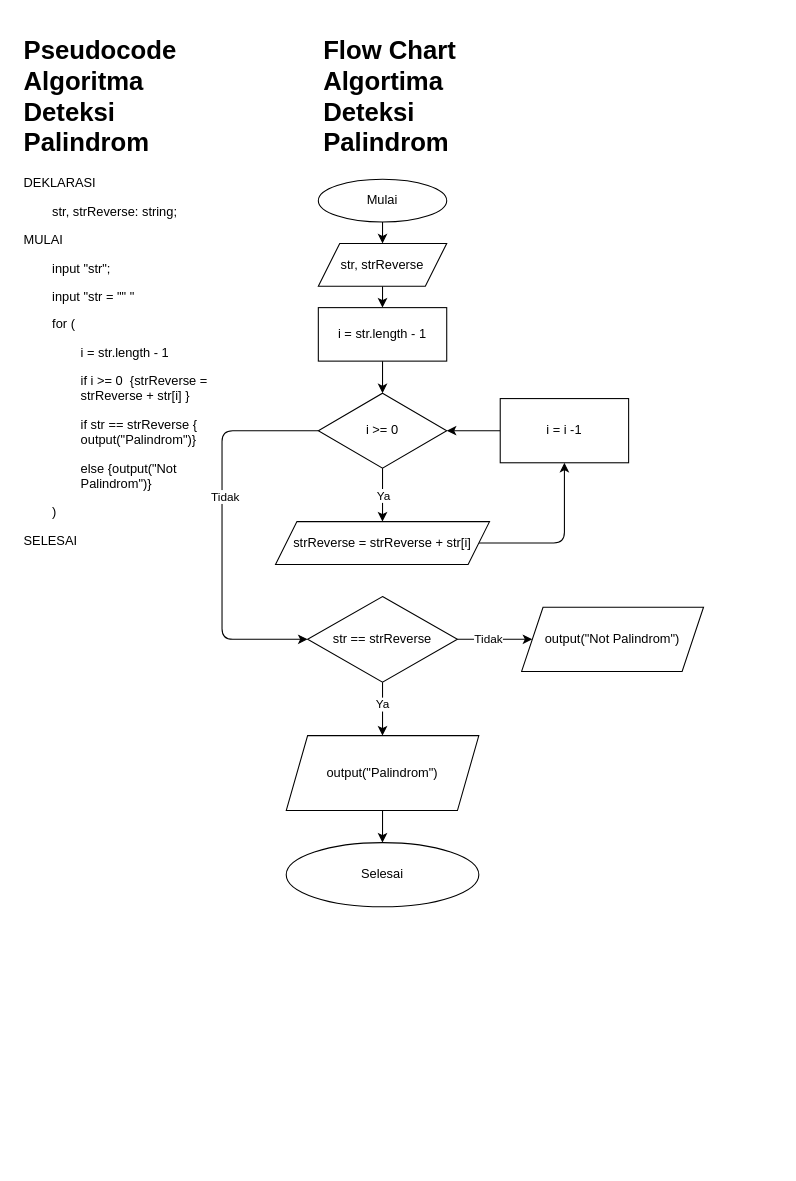
DzulfiqarSiraj/fwg17-computer-science keeps this draw.io diagram as page "Palindrom" (1 of 2) of tugas 6.drawio. Above is the earlier version. Source tidied: cells renumbered, new cells numbered last; positions are measured from the earlier drawing's top-left corner, leaving out a move shared by most shapes. Both pictures are drawn from the tidied source at 107%, with x=0, y=0 at pixel (18, 29).
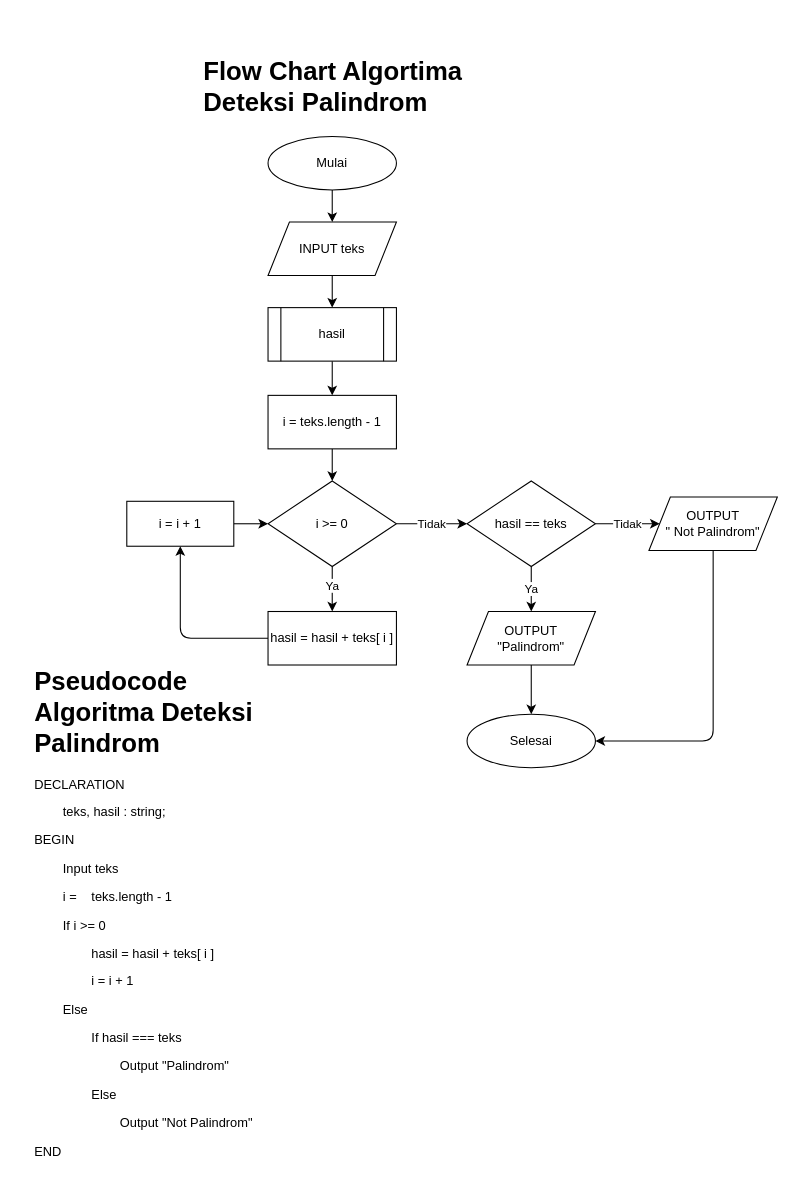
The same page after the edit.

Diff of the diagram source:
```diff
@@
-    <mxCell id="2" value="&lt;h1&gt;Pseudocode Algoritma Deteksi Palindrom&lt;/h1&gt;&lt;p&gt;DEKLARASI&lt;/p&gt;&lt;p&gt;&lt;span style=&quot;white-space: pre;&quot;&gt;&#9;&lt;/span&gt;str, strReverse: string;&lt;br&gt;&lt;/p&gt;&lt;p&gt;MULAI&lt;/p&gt;&lt;p&gt;&lt;span style=&quot;white-space: pre;&quot;&gt;&#9;&lt;/span&gt;input &quot;str&quot;;&lt;/p&gt;&lt;p&gt;&lt;span style=&quot;white-space: pre;&quot;&gt;&#9;&lt;/span&gt;input &quot;str = &quot;&quot; &quot;&lt;br&gt;&lt;/p&gt;&lt;p&gt;&lt;span style=&quot;white-space: pre;&quot;&gt;&#9;&lt;/span&gt;for (&lt;br&gt;&lt;/p&gt;&lt;p&gt;&lt;span style=&quot;white-space: pre;&quot;&gt;&lt;span style=&quot;white-space: pre;&quot;&gt;&#9;&lt;/span&gt;&#9;&lt;/span&gt;i = str.length - 1&lt;/p&gt;&lt;p&gt;&lt;span style=&quot;white-space: pre;&quot;&gt;&#9;&lt;span style=&quot;white-space: pre;&quot;&gt;&#9;&lt;/span&gt;&lt;/span&gt;if i &amp;gt;= 0&amp;nbsp; {&lt;span style=&quot;background-color: initial;&quot;&gt;strReverse = &lt;span style=&quot;white-space: pre;&quot;&gt;&#9;&lt;/span&gt;&lt;span style=&quot;white-space: pre;&quot;&gt;&#9;&lt;/span&gt;strReverse + str[i]&lt;/span&gt;&lt;span style=&quot;background-color: initial;&quot;&gt;&amp;nbsp;}&lt;/span&gt;&lt;/p&gt;&lt;p&gt;&lt;span style=&quot;white-space: pre;&quot;&gt;&#9;&lt;span style=&quot;white-space: pre;&quot;&gt;&#9;&lt;/span&gt;&lt;/span&gt;if str == strReverse { &lt;span style=&quot;white-space: pre;&quot;&gt;&#9;&lt;/span&gt;&lt;span style=&quot;white-space: pre;&quot;&gt;&#9;&lt;/span&gt;output(&quot;Palindrom&quot;)}&lt;/p&gt;&lt;p&gt;&lt;span style=&quot;white-space: pre;&quot;&gt;&lt;span style=&quot;white-space: pre;&quot;&gt;&#9;&lt;/span&gt;&#9;&lt;/span&gt;else {output(&quot;Not &lt;span style=&quot;white-space: pre;&quot;&gt;&#9;&lt;span style=&quot;white-space: pre;&quot;&gt;&#9;&lt;/span&gt;&lt;/span&gt;Palindrom&quot;)}&lt;/p&gt;&lt;p&gt;&lt;span style=&quot;white-space: pre;&quot;&gt;&#9;&lt;/span&gt;)&lt;br&gt;&lt;/p&gt;&lt;p&gt;SELESAI&lt;/p&gt;&lt;p&gt;&lt;span style=&quot;white-space: pre;&quot;&gt;&#9;&lt;/span&gt;&lt;br&gt;&lt;/p&gt;" style="text;html=1;strokeColor=none;fillColor=none;spacing=5;spacingTop=-20;whiteSpace=wrap;overflow=hidden;rounded=0;" parent="1" vertex="1">
-      <mxGeometry width="190" height="530" as="geometry" />
+    <mxCell id="2" value="&lt;h1&gt;Pseudocode Algoritma Deteksi Palindrom&lt;/h1&gt;&lt;p&gt;DECLARATION&lt;/p&gt;&lt;p&gt;&lt;span style=&quot;background-color: initial; white-space: pre;&quot;&gt;&lt;span style=&quot;white-space: pre;&quot;&gt;&#9;&lt;/span&gt;teks, hasil : string;&lt;/span&gt;&lt;/p&gt;&lt;p&gt;&lt;span style=&quot;background-color: initial; white-space: pre;&quot;&gt;BEGIN&lt;/span&gt;&lt;/p&gt;&lt;p&gt;&lt;span style=&quot;background-color: initial; white-space: pre;&quot;&gt;&lt;span style=&quot;white-space: pre;&quot;&gt;&#9;&lt;/span&gt;Input teks&lt;/span&gt;&lt;/p&gt;&lt;p&gt;&lt;span style=&quot;background-color: initial; white-space: pre;&quot;&gt;&lt;span style=&quot;white-space: pre;&quot;&gt;&lt;span style=&quot;white-space: pre;&quot;&gt;&#9;&lt;/span&gt;i = &#9;teks.length - 1&lt;/span&gt;&lt;br&gt;&lt;/span&gt;&lt;/p&gt;&lt;p&gt;&lt;span style=&quot;background-color: initial; white-space: pre;&quot;&gt;&lt;span style=&quot;white-space: pre;&quot;&gt;&lt;span style=&quot;white-space: pre;&quot;&gt;&#9;&lt;/span&gt;If i &amp;gt;= 0&lt;br&gt;&lt;/span&gt;&lt;/span&gt;&lt;/p&gt;&lt;p&gt;&lt;span style=&quot;background-color: initial; white-space: pre;&quot;&gt;&lt;span style=&quot;white-space: pre;&quot;&gt;&lt;span style=&quot;white-space: pre;&quot;&gt;&#9;&lt;/span&gt;&lt;span style=&quot;white-space: pre;&quot;&gt;&#9;&lt;/span&gt;hasil = hasil + teks[ i ]&lt;br&gt;&lt;/span&gt;&lt;/span&gt;&lt;/p&gt;&lt;p&gt;&lt;span style=&quot;background-color: initial; white-space: pre;&quot;&gt;&lt;span style=&quot;white-space: pre;&quot;&gt;&lt;span style=&quot;white-space: pre;&quot;&gt;&#9;&lt;/span&gt;&lt;span style=&quot;white-space: pre;&quot;&gt;&#9;&lt;/span&gt;i = i + 1&lt;br&gt;&lt;/span&gt;&lt;/span&gt;&lt;/p&gt;&lt;p&gt;&lt;span style=&quot;background-color: initial; white-space: pre;&quot;&gt;&lt;span style=&quot;white-space: pre;&quot;&gt;&lt;span style=&quot;white-space: pre;&quot;&gt;&#9;&lt;/span&gt;Else&lt;br&gt;&lt;/span&gt;&lt;/span&gt;&lt;/p&gt;&lt;p&gt;&lt;span style=&quot;background-color: initial; white-space: pre;&quot;&gt;&lt;span style=&quot;white-space: pre;&quot;&gt;&lt;span style=&quot;white-space: pre;&quot;&gt;&#9;&lt;/span&gt;&lt;span style=&quot;white-space: pre;&quot;&gt;&#9;&lt;/span&gt;If hasil === teks&lt;br&gt;&lt;/span&gt;&lt;/span&gt;&lt;/p&gt;&lt;p&gt;&lt;span style=&quot;background-color: initial; white-space: pre;&quot;&gt;&lt;span style=&quot;white-space: pre;&quot;&gt;&lt;span style=&quot;white-space: pre;&quot;&gt;&#9;&lt;/span&gt;&lt;span style=&quot;white-space: pre;&quot;&gt;&#9;&lt;span style=&quot;white-space: pre;&quot;&gt;&#9;&lt;/span&gt;&lt;/span&gt;Output &quot;Palindrom&quot;&lt;br&gt;&lt;/span&gt;&lt;/span&gt;&lt;/p&gt;&lt;p&gt;&lt;span style=&quot;background-color: initial; white-space: pre;&quot;&gt;&lt;span style=&quot;white-space: pre;&quot;&gt;&lt;span style=&quot;white-space: pre;&quot;&gt;&#9;&lt;/span&gt;&lt;span style=&quot;white-space: pre;&quot;&gt;&#9;&lt;/span&gt;Else&lt;br&gt;&lt;/span&gt;&lt;/span&gt;&lt;/p&gt;&lt;p&gt;&lt;span style=&quot;background-color: initial; white-space: pre;&quot;&gt;&lt;span style=&quot;white-space: pre;&quot;&gt;&lt;span style=&quot;white-space: pre;&quot;&gt;&#9;&lt;/span&gt;&lt;span style=&quot;white-space: pre;&quot;&gt;&#9;&lt;span style=&quot;white-space: pre;&quot;&gt;&#9;&lt;/span&gt;&lt;/span&gt;Output &quot;Not Palindrom&quot;&lt;br&gt;&lt;/span&gt;&lt;/span&gt;&lt;/p&gt;&lt;p&gt;&lt;span style=&quot;background-color: initial; white-space: pre;&quot;&gt;&lt;span style=&quot;white-space: pre;&quot;&gt;END&lt;/span&gt;&lt;/span&gt;&lt;/p&gt;&lt;p&gt;&lt;span style=&quot;background-color: initial; white-space: pre;&quot;&gt;&lt;span style=&quot;white-space: pre;&quot;&gt;&lt;br&gt;&lt;/span&gt;&lt;/span&gt;&lt;/p&gt;" style="text;html=1;strokeColor=none;fillColor=none;spacing=5;spacingTop=-20;whiteSpace=wrap;overflow=hidden;rounded=0;" parent="1" vertex="1">
+      <mxGeometry x="10" y="590" width="250" height="470" as="geometry" />
     </mxCell>
     <mxCell id="3" value="&lt;h1&gt;Flow Chart Algortima Deteksi Palindrom&lt;/h1&gt;" style="text;html=1;strokeColor=none;fillColor=none;spacing=5;spacingTop=-20;whiteSpace=wrap;overflow=hidden;rounded=0;" parent="1" vertex="1">
-      <mxGeometry x="280" width="190" height="120" as="geometry" />
+      <mxGeometry x="168" y="20" width="250" height="120" as="geometry" />
     </mxCell>
-    <mxCell id="4" style="edgeStyle=none;html=1;" parent="1" edge="1" source="5" target="7">
-      <mxGeometry relative="1" as="geometry" />
-    </mxCell>
+    <mxCell id="28" style="edgeStyle=none;html=1;exitX=0.5;exitY=1;exitDx=0;exitDy=0;entryX=0.5;entryY=0;entryDx=0;entryDy=0;" parent="1" edge="1" source="5" target="30">
+      <mxGeometry relative="1" as="geometry" />
+    </mxCell>
     <mxCell id="5" value="Mulai" style="ellipse;whiteSpace=wrap;html=1;" parent="1" vertex="1">
-      <mxGeometry x="280" y="140" width="120" height="40" as="geometry" />
+      <mxGeometry x="233" y="100" width="120" height="50" as="geometry" />
     </mxCell>
-    <mxCell id="6" style="edgeStyle=none;html=1;" parent="1" edge="1" source="7" target="9">
-      <mxGeometry relative="1" as="geometry" />
-    </mxCell>
-    <mxCell id="7" value="str, strReverse" style="shape=parallelogram;perimeter=parallelogramPerimeter;whiteSpace=wrap;html=1;fixedSize=1;" parent="1" vertex="1">
-      <mxGeometry x="280" y="200" width="120" height="40" as="geometry" />
-    </mxCell>
-    <mxCell id="8" style="edgeStyle=none;html=1;" parent="1" edge="1" source="9" target="12">
-      <mxGeometry relative="1" as="geometry" />
-    </mxCell>
-    <mxCell id="9" value="i = str.length - 1" style="whiteSpace=wrap;html=1;" parent="1" vertex="1">
-      <mxGeometry x="280" y="260" width="120" height="50" as="geometry" />
-    </mxCell>
-    <mxCell id="10" style="edgeStyle=orthogonalEdgeStyle;html=1;exitX=0;exitY=0.5;exitDx=0;exitDy=0;entryX=0;entryY=0.5;entryDx=0;entryDy=0;" parent="1" edge="1" source="12" target="23">
-      <mxGeometry relative="1" as="geometry">
-        <Array as="points">
-          <mxPoint x="190" y="375" />
-          <mxPoint x="190" y="570" />
-        </Array>
-      </mxGeometry>
-    </mxCell>
-    <mxCell id="11" value="Tidak" style="edgeLabel;html=1;align=center;verticalAlign=middle;" parent="10" vertex="1">
-      <mxGeometry x="-0.18" y="2" relative="1" as="geometry">
-        <mxPoint y="1" as="offset" />
-      </mxGeometry>
-    </mxCell>
+    <mxCell id="29" style="edgeStyle=none;html=1;exitX=0.5;exitY=1;exitDx=0;exitDy=0;" parent="1" edge="1" source="30">
+      <mxGeometry relative="1" as="geometry">
+        <mxPoint x="293" y="260" as="targetPoint" />
+      </mxGeometry>
+    </mxCell>
+    <mxCell id="30" value="INPUT teks" style="shape=parallelogram;perimeter=parallelogramPerimeter;whiteSpace=wrap;html=1;fixedSize=1;" parent="1" vertex="1">
+      <mxGeometry x="233" y="180" width="120" height="50" as="geometry" />
+    </mxCell>
+    <mxCell id="31" style="edgeStyle=none;html=1;exitX=0.5;exitY=1;exitDx=0;exitDy=0;entryX=0.5;entryY=0;entryDx=0;entryDy=0;" parent="1" edge="1" source="32" target="12">
+      <mxGeometry relative="1" as="geometry" />
+    </mxCell>
+    <mxCell id="32" value="i = teks.length - 1" style="rounded=0;whiteSpace=wrap;html=1;" parent="1" vertex="1">
+      <mxGeometry x="233" y="342" width="120" height="50" as="geometry" />
+    </mxCell>
+    <mxCell id="33" value="Ya" style="edgeStyle=none;html=1;exitX=0.5;exitY=1;exitDx=0;exitDy=0;entryX=0.5;entryY=0;entryDx=0;entryDy=0;" parent="1" edge="1" source="12" target="38">
+      <mxGeometry x="-0.14" relative="1" as="geometry" />
+    </mxCell>
+    <mxCell id="34" value="Tidak" style="edgeStyle=none;html=1;exitX=1;exitY=0.5;exitDx=0;exitDy=0;entryX=0;entryY=0.5;entryDx=0;entryDy=0;" parent="1" edge="1" source="12" target="43">
+      <mxGeometry relative="1" as="geometry" />
+    </mxCell>
     <mxCell id="12" value="i &amp;gt;= 0" style="rhombus;whiteSpace=wrap;html=1;" parent="1" vertex="1">
-      <mxGeometry x="280" y="340" width="120" height="70" as="geometry" />
+      <mxGeometry x="233" y="422" width="120" height="80" as="geometry" />
     </mxCell>
-    <mxCell id="13" style="edgeStyle=orthogonalEdgeStyle;html=1;exitX=1;exitY=0.5;exitDx=0;exitDy=0;entryX=0.5;entryY=1;entryDx=0;entryDy=0;" parent="1" edge="1" source="14" target="16">
-      <mxGeometry relative="1" as="geometry" />
-    </mxCell>
-    <mxCell id="14" value="strReverse = strReverse + str[i]" style="shape=parallelogram;perimeter=parallelogramPerimeter;whiteSpace=wrap;html=1;fixedSize=1;" parent="1" vertex="1">
-      <mxGeometry x="240" y="460" width="200" height="40" as="geometry" />
-    </mxCell>
-    <mxCell id="15" style="html=1;exitX=0;exitY=0.5;exitDx=0;exitDy=0;entryX=1;entryY=0.5;entryDx=0;entryDy=0;" parent="1" edge="1" source="16" target="12">
-      <mxGeometry relative="1" as="geometry" />
-    </mxCell>
-    <mxCell id="16" value="i = i -1" style="whiteSpace=wrap;html=1;" parent="1" vertex="1">
-      <mxGeometry x="450" y="345" width="120" height="60" as="geometry" />
-    </mxCell>
-    <mxCell id="17" style="endArrow=classic;html=1;exitX=0.5;exitY=1;exitDx=0;exitDy=0;entryX=0.5;entryY=0;entryDx=0;entryDy=0;" parent="1" edge="1" source="12" target="14">
-      <mxGeometry relative="1" as="geometry" />
-    </mxCell>
-    <mxCell id="18" value="Ya" style="edgeLabel;html=1;align=center;verticalAlign=middle;" parent="17" vertex="1">
-      <mxGeometry relative="1" as="geometry" />
-    </mxCell>
-    <mxCell id="19" style="edgeStyle=orthogonalEdgeStyle;html=1;" parent="1" edge="1" source="23" target="25">
-      <mxGeometry relative="1" as="geometry" />
-    </mxCell>
-    <mxCell id="20" value="Ya" style="edgeLabel;html=1;align=center;verticalAlign=middle;" parent="19" vertex="1">
-      <mxGeometry x="-0.22" y="-1" relative="1" as="geometry" />
-    </mxCell>
-    <mxCell id="21" style="edgeStyle=orthogonalEdgeStyle;html=1;" parent="1" edge="1" source="23" target="26">
-      <mxGeometry relative="1" as="geometry" />
-    </mxCell>
-    <mxCell id="22" value="Tidak" style="edgeLabel;html=1;align=center;verticalAlign=middle;" parent="21" vertex="1">
-      <mxGeometry x="-0.19" y="1" relative="1" as="geometry" />
-    </mxCell>
-    <mxCell id="23" value="str == strReverse" style="rhombus;whiteSpace=wrap;html=1;" parent="1" vertex="1">
-      <mxGeometry x="270" y="530" width="140" height="80" as="geometry" />
-    </mxCell>
-    <mxCell id="24" style="edgeStyle=orthogonalEdgeStyle;html=1;" parent="1" edge="1" source="25" target="27">
-      <mxGeometry relative="1" as="geometry" />
-    </mxCell>
-    <mxCell id="25" value="output(&quot;Palindrom&quot;)" style="shape=parallelogram;perimeter=parallelogramPerimeter;whiteSpace=wrap;html=1;fixedSize=1;" parent="1" vertex="1">
-      <mxGeometry x="250" y="660" width="180" height="70" as="geometry" />
-    </mxCell>
-    <mxCell id="26" value="output(&quot;Not Palindrom&quot;)" style="shape=parallelogram;perimeter=parallelogramPerimeter;whiteSpace=wrap;html=1;fixedSize=1;" parent="1" vertex="1">
-      <mxGeometry x="470" y="540" width="170" height="60" as="geometry" />
-    </mxCell>
+    <mxCell id="35" style="edgeStyle=none;html=1;exitX=0.5;exitY=1;exitDx=0;exitDy=0;entryX=0.5;entryY=0;entryDx=0;entryDy=0;" parent="1" edge="1" source="36" target="32">
+      <mxGeometry relative="1" as="geometry" />
+    </mxCell>
+    <mxCell id="36" value="hasil" style="shape=process;whiteSpace=wrap;html=1;backgroundOutline=1;" parent="1" vertex="1">
+      <mxGeometry x="233" y="260" width="120" height="50" as="geometry" />
+    </mxCell>
+    <mxCell id="37" style="edgeStyle=orthogonalEdgeStyle;html=1;exitX=0;exitY=0.5;exitDx=0;exitDy=0;entryX=0.5;entryY=1;entryDx=0;entryDy=0;" parent="1" edge="1" source="38" target="40">
+      <mxGeometry relative="1" as="geometry" />
+    </mxCell>
+    <mxCell id="38" value="hasil = hasil + teks[ i ]" style="rounded=0;whiteSpace=wrap;html=1;" parent="1" vertex="1">
+      <mxGeometry x="233" y="544" width="120" height="50" as="geometry" />
+    </mxCell>
+    <mxCell id="39" style="edgeStyle=none;html=1;exitX=1;exitY=0.5;exitDx=0;exitDy=0;entryX=0;entryY=0.5;entryDx=0;entryDy=0;" parent="1" edge="1" source="40" target="12">
+      <mxGeometry relative="1" as="geometry" />
+    </mxCell>
+    <mxCell id="40" value="i = i + 1" style="rounded=0;whiteSpace=wrap;html=1;" parent="1" vertex="1">
+      <mxGeometry x="101" y="441" width="100" height="42" as="geometry" />
+    </mxCell>
+    <mxCell id="41" value="Ya" style="edgeStyle=none;html=1;exitX=0.5;exitY=1;exitDx=0;exitDy=0;entryX=0.5;entryY=0;entryDx=0;entryDy=0;" parent="1" edge="1" source="43" target="45">
+      <mxGeometry relative="1" as="geometry" />
+    </mxCell>
+    <mxCell id="42" value="Tidak" style="edgeStyle=none;html=1;exitX=1;exitY=0.5;exitDx=0;exitDy=0;entryX=0;entryY=0.5;entryDx=0;entryDy=0;" parent="1" edge="1" source="43" target="47">
+      <mxGeometry relative="1" as="geometry" />
+    </mxCell>
+    <mxCell id="43" value="hasil == teks" style="rhombus;whiteSpace=wrap;html=1;" parent="1" vertex="1">
+      <mxGeometry x="419" y="422" width="120" height="80" as="geometry" />
+    </mxCell>
+    <mxCell id="44" style="edgeStyle=none;html=1;exitX=0.5;exitY=1;exitDx=0;exitDy=0;" parent="1" edge="1" source="45" target="27">
+      <mxGeometry relative="1" as="geometry" />
+    </mxCell>
+    <mxCell id="45" value="OUTPUT&lt;br&gt;&quot;Palindrom&quot;" style="shape=parallelogram;perimeter=parallelogramPerimeter;whiteSpace=wrap;html=1;fixedSize=1;" parent="1" vertex="1">
+      <mxGeometry x="419" y="544" width="120" height="50" as="geometry" />
+    </mxCell>
+    <mxCell id="46" style="edgeStyle=orthogonalEdgeStyle;html=1;exitX=0.5;exitY=1;exitDx=0;exitDy=0;entryX=1;entryY=0.5;entryDx=0;entryDy=0;" parent="1" edge="1" source="47" target="27">
+      <mxGeometry relative="1" as="geometry" />
+    </mxCell>
+    <mxCell id="47" value="OUTPUT&lt;br&gt;&quot; Not Palindrom&quot;" style="shape=parallelogram;perimeter=parallelogramPerimeter;whiteSpace=wrap;html=1;fixedSize=1;" parent="1" vertex="1">
+      <mxGeometry x="589" y="437" width="120" height="50" as="geometry" />
+    </mxCell>
     <mxCell id="27" value="Selesai" style="ellipse;whiteSpace=wrap;html=1;" parent="1" vertex="1">
-      <mxGeometry x="250" y="760" width="180" height="60" as="geometry" />
+      <mxGeometry x="419" y="640" width="120" height="50" as="geometry" />
     </mxCell>
```
